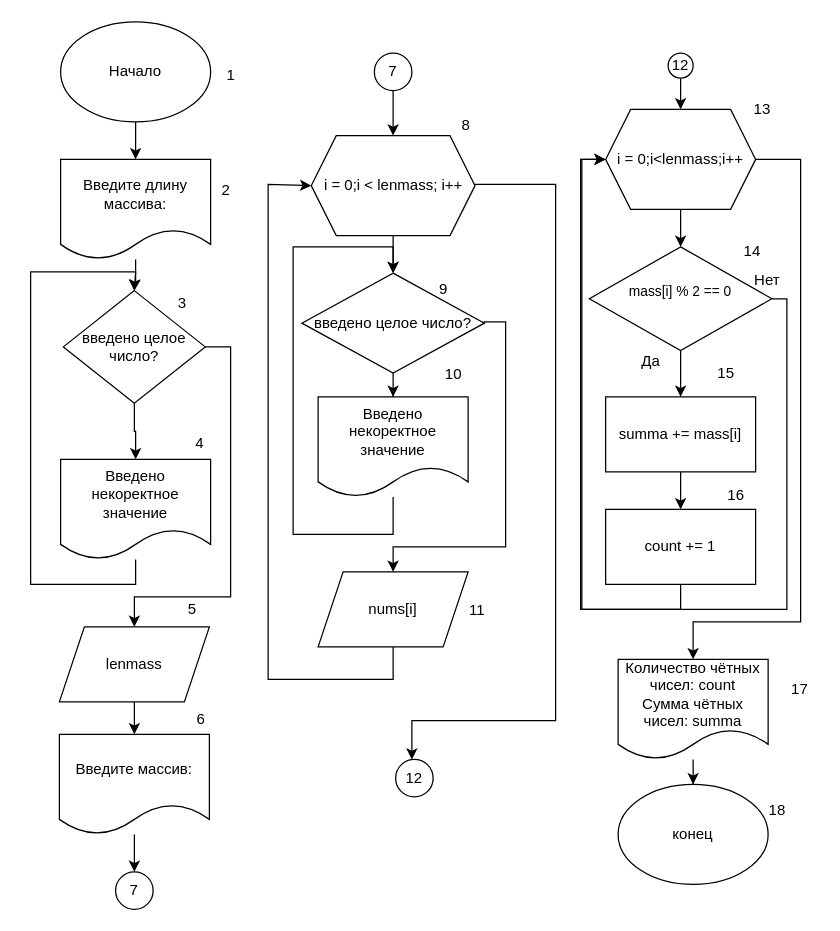
Above: Задание3.drawio in 00Unreal00/projectforprogramming (draw.io), before the change. Source tidied: cells renumbered, new cells numbered last; positions are measured from the earlier drawing's top-left corner, leaving out a move shared by most shapes. Both pictures are drawn from the tidied source at 125%, with x=0, y=0 at pixel (30, 21).
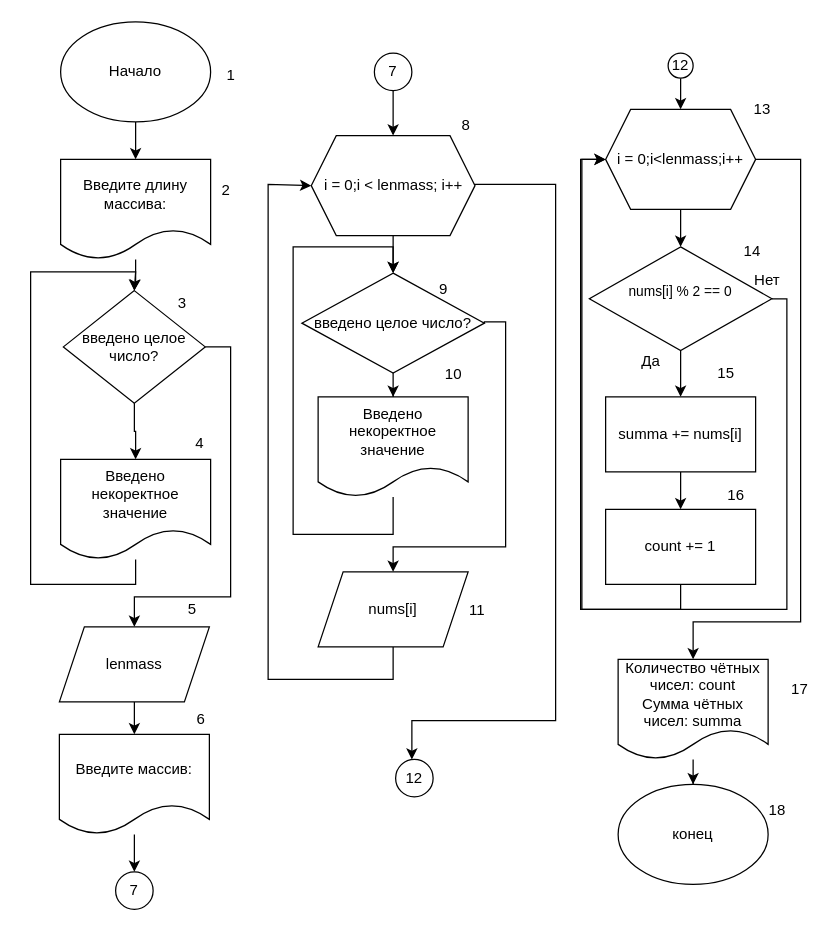
Above is the later version.

What changed in the source:
```diff
@@
-    <mxCell id="21" value="&lt;font style=&quot;font-size: 11px;&quot;&gt;mass[i] % 2 == 0&lt;/font&gt;&lt;div style=&quot;font-size: 11px;&quot;&gt;&lt;br&gt;&lt;/div&gt;" style="rhombus;whiteSpace=wrap;html=1;" parent="1" vertex="1">
+    <mxCell id="21" value="&lt;font style=&quot;font-size: 11px;&quot;&gt;nums[i] % 2 == 0&lt;/font&gt;&lt;div style=&quot;font-size: 11px;&quot;&gt;&lt;br&gt;&lt;/div&gt;" style="rhombus;whiteSpace=wrap;html=1;" parent="1" vertex="1">
       <mxGeometry x="447" y="180" width="146" height="83" as="geometry" />
     </mxCell>
@@
-    <mxCell id="23" value="summa += mass[i]" style="rounded=0;whiteSpace=wrap;html=1;" parent="1" vertex="1">
+    <mxCell id="23" value="summa += nums[i]" style="rounded=0;whiteSpace=wrap;html=1;" parent="1" vertex="1">
       <mxGeometry x="460" y="300" width="120" height="60" as="geometry" />
     </mxCell>
```
